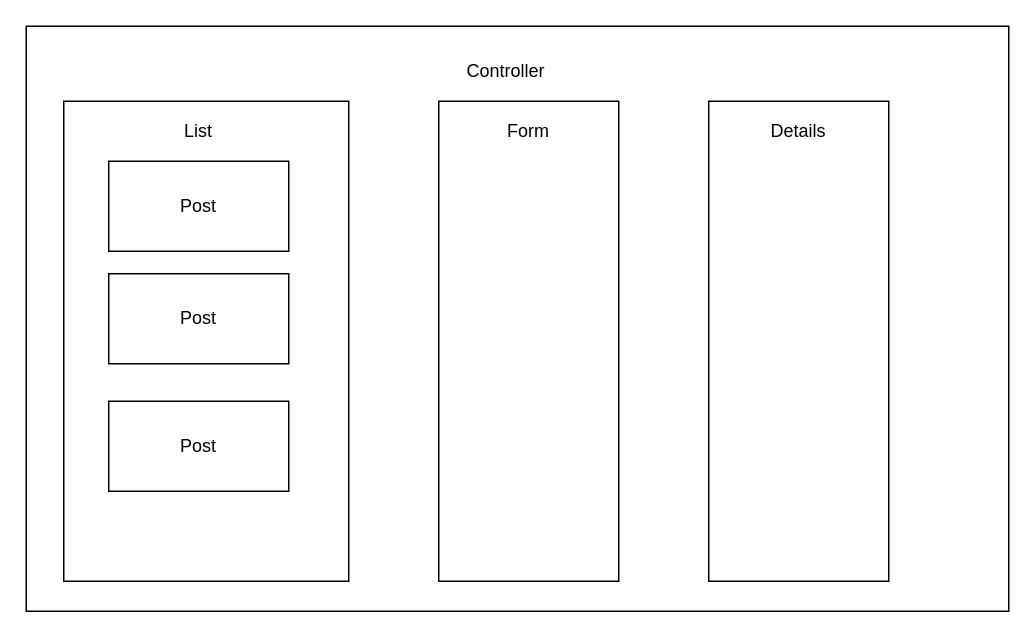
The draw.io diagram Untitled Diagram.drawio in OkilyDokily/vote-forum, before the edit. Source tidied: cells renumbered, new cells numbered last; positions are measured from the earlier drawing's top-left corner, leaving out a move shared by most shapes. Both pictures are drawn from the tidied source at 150%, with x=0, y=0 at pixel (26, 26).
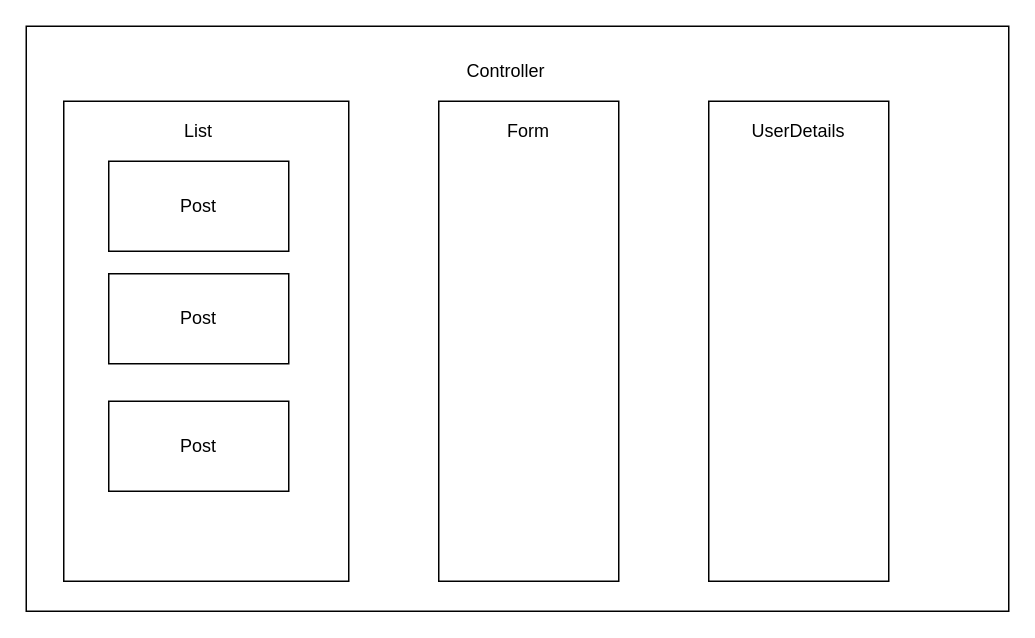
The same diagram, later.

The edit, as a diff of the source:
```diff
@@
 <mxGraphModel>
   <root>
     <mxCell id="0" />
     <mxCell id="1" parent="0" />
     <mxCell id="2" style="rounded=0;whiteSpace=wrap;html=1;" parent="1" vertex="1">
       <mxGeometry width="655" height="390" as="geometry" />
     </mxCell>
     <mxCell id="3" value="Controller" style="text;html=1;strokeColor=none;fillColor=none;align=center;verticalAlign=middle;whiteSpace=wrap;rounded=0;" parent="1" vertex="1">
       <mxGeometry x="300" y="20" width="40" height="20" as="geometry" />
     </mxCell>
     <mxCell id="4" style="rounded=0;whiteSpace=wrap;html=1;" parent="1" vertex="1">
       <mxGeometry x="25" y="50" width="190" height="320" as="geometry" />
     </mxCell>
     <mxCell id="5" value="List" style="text;html=1;strokeColor=none;fillColor=none;align=center;verticalAlign=middle;whiteSpace=wrap;rounded=0;" parent="1" vertex="1">
       <mxGeometry x="95" y="60" width="40" height="20" as="geometry" />
     </mxCell>
     <mxCell id="6" value="Post" style="rounded=0;whiteSpace=wrap;html=1;" parent="1" vertex="1">
       <mxGeometry x="55" y="90" width="120" height="60" as="geometry" />
     </mxCell>
     <mxCell id="7" value="Post" style="rounded=0;whiteSpace=wrap;html=1;" parent="1" vertex="1">
       <mxGeometry x="55" y="165" width="120" height="60" as="geometry" />
     </mxCell>
     <mxCell id="8" value="Post" style="rounded=0;whiteSpace=wrap;html=1;" parent="1" vertex="1">
       <mxGeometry x="55" y="250" width="120" height="60" as="geometry" />
     </mxCell>
     <mxCell id="9" style="rounded=0;whiteSpace=wrap;html=1;" parent="1" vertex="1">
       <mxGeometry x="275" y="50" width="120" height="320" as="geometry" />
     </mxCell>
     <mxCell id="10" value="Form" style="text;html=1;strokeColor=none;fillColor=none;align=center;verticalAlign=middle;whiteSpace=wrap;rounded=0;" parent="1" vertex="1">
       <mxGeometry x="315" y="60" width="40" height="20" as="geometry" />
     </mxCell>
     <mxCell id="11" style="rounded=0;whiteSpace=wrap;html=1;" parent="1" vertex="1">
       <mxGeometry x="455" y="50" width="120" height="320" as="geometry" />
     </mxCell>
-    <mxCell id="12" value="Details" style="text;html=1;strokeColor=none;fillColor=none;align=center;verticalAlign=middle;whiteSpace=wrap;rounded=0;" parent="1" vertex="1">
+    <mxCell id="12" value="UserDetails" style="text;html=1;strokeColor=none;fillColor=none;align=center;verticalAlign=middle;whiteSpace=wrap;rounded=0;" parent="1" vertex="1">
       <mxGeometry x="495" y="60" width="40" height="20" as="geometry" />
     </mxCell>
   </root>
 </mxGraphModel>
```
